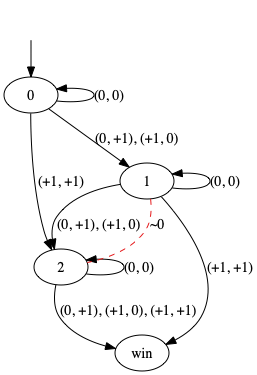
Before: pictures/G.png, a diagram exported from Graphviz (olandr/mkbsc). Its source is kept beside it as pictures/G.dot.
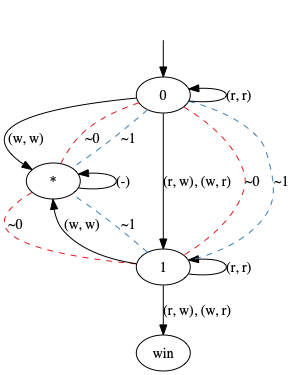
Later version of the same file.

What changed in the source:
```diff
@@ -3,19 +3,23 @@
 nodesep=0.5;
 ranksep=0.5;
 splines=True;
-4318616488 [label=2];
-4318616544 [label=win];
-4318327136 [label=0];
-4318327920 [label=1];
+4527529600 [label="*"];
+4683993888 [label=1];
+4683993664 [label=0];
+4527239520 [label=win];
 hidden [label="", shape=none];
-4318616488 -> 4318616488  [action="('0', '0')", dir=back, key="('0', '0')", label="(0, 0)"];
-4318616488 -> 4318616544  [action="(('0', '+1'), ('+1', '0'), ('+1', '+1'))", key="(('0', '+1'), ('+1', '0'), ('+1', '+1'))", label="(0, +1), (+1, 0), (+1, +1)"];
-4318327136 -> 4318327136  [action="('0', '0')", dir=back, key="('0', '0')", label="(0, 0)"];
-4318327136 -> 4318616488  [action="('+1', '+1')", key="('+1', '+1')", label="(+1, +1)"];
-4318327136 -> 4318327920  [action="(('0', '+1'), ('+1', '0'))", key="(('0', '+1'), ('+1', '0'))", label="(0, +1), (+1, 0)"];
-4318327920 -> 4318327920  [action="('0', '0')", dir=back, key="('0', '0')", label="(0, 0)"];
-4318327920 -> 4318616544  [action="('+1', '+1')", key="('+1', '+1')", label="(+1, +1)"];
-4318327920 -> 4318616488  [action="(('0', '+1'), ('+1', '0'))", key="(('0', '+1'), ('+1', '0'))", label="(0, +1), (+1, 0)"];
-4318327920 -> 4318616488  [arrowhead=none, color=1, colorscheme=set19, constraint=True, key=1, label="~0", style=dashed];
-hidden -> 4318327136  [key=0];
+4527529600 -> 4527529600  [action="(('r', 'r'), ('r', 'w'), ('w', 'r'), ('w', 'w'))", dir=back, key="(('r', 'r'), ('r', 'w'), ('w', 'r'), ('w', 'w'))", label="(-)"];
+4527529600 -> 4683993888  [arrowhead=none, color=1, colorscheme=set19, constraint=True, key=0, label="~0", style=dashed];
+4683993888 -> 4683993888  [action="('r', 'r')", dir=back, key="('r', 'r')", label="(r, r)"];
+4683993888 -> 4527529600  [action="('w', 'w')", key="('w', 'w')", label="(w, w)"];
+4683993888 -> 4527529600  [arrowhead=none, color=2, colorscheme=set19, constraint=True, key=1, label="~1", style=dashed];
+4683993888 -> 4527239520  [action="(('r', 'w'), ('w', 'r'))", key="(('r', 'w'), ('w', 'r'))", label="(r, w), (w, r)"];
+4683993664 -> 4683993664  [action="('r', 'r')", dir=back, key="('r', 'r')", label="(r, r)"];
+4683993664 -> 4527529600  [action="('w', 'w')", key="('w', 'w')", label="(w, w)"];
+4683993664 -> 4527529600  [arrowhead=none, color=1, colorscheme=set19, constraint=True, key=1, label="~0", style=dashed];
+4683993664 -> 4527529600  [arrowhead=none, color=2, colorscheme=set19, constraint=True, key=2, label="~1", style=dashed];
+4683993664 -> 4683993888  [action="(('r', 'w'), ('w', 'r'))", key="(('r', 'w'), ('w', 'r'))", label="(r, w), (w, r)"];
+4683993664 -> 4683993888  [arrowhead=none, color=1, colorscheme=set19, constraint=True, key=1, label="~0", style=dashed];
+4683993664 -> 4683993888  [arrowhead=none, color=2, colorscheme=set19, constraint=True, key=2, label="~1", style=dashed];
+hidden -> 4683993664  [key=0];
 }
```
